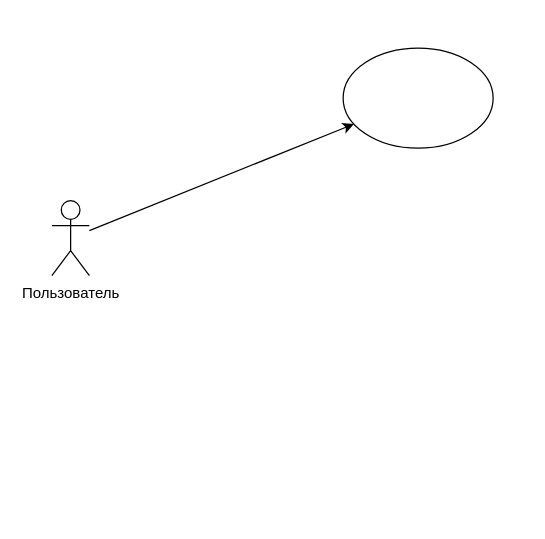
Before: page "use-case" (1 of 2) of tparty-tg-bot.drawio in careock/diagrams, a draw.io diagram. Source tidied: cells renumbered, new cells numbered last; positions are measured from the earlier drawing's top-left corner, leaving out a move shared by most shapes. Both pictures are drawn from the tidied source at 125%, with x=0, y=0 at pixel (51, 48).
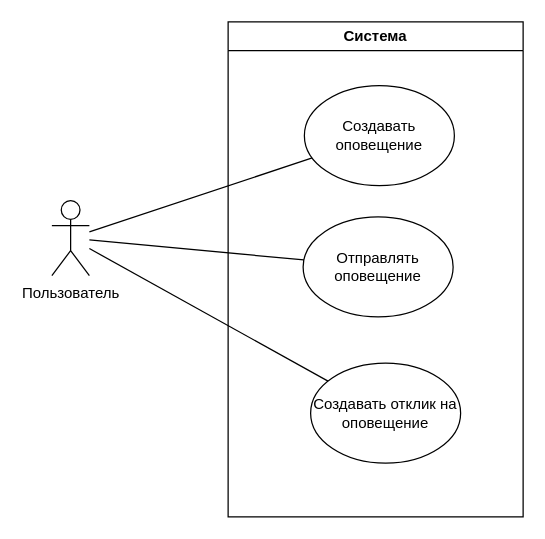
After the change.

The edit, as a diff of the source:
```diff
@@
 <mxGraphModel>
   <root>
     <mxCell id="0" />
     <mxCell id="1" parent="0" />
-    <mxCell id="2" style="rounded=0;jettySize=auto;html=1;" parent="1" edge="1" source="3" target="4">
+    <mxCell id="2" style="rounded=0;jettySize=auto;html=1;endArrow=none;endFill=0;" parent="1" edge="1" source="3" target="4">
       <mxGeometry relative="1" as="geometry" />
     </mxCell>
     <mxCell id="3" value="Пользователь" style="shape=umlActor;verticalLabelPosition=bottom;verticalAlign=top;html=1;outlineConnect=0;" parent="1" vertex="1">
       <mxGeometry y="122" width="30" height="60" as="geometry" />
     </mxCell>
+    <mxCell id="5" value="Система" style="swimlane;whiteSpace=wrap;html=1;" parent="1" vertex="1">
+      <mxGeometry x="141" y="-21" width="236" height="396" as="geometry" />
+    </mxCell>
-    <mxCell id="4" style="ellipse;whiteSpace=wrap;html=1;" parent="1" vertex="1">
-      <mxGeometry x="233" width="120" height="80" as="geometry" />
+    <mxCell id="4" value="Создавать оповещение" style="ellipse;whiteSpace=wrap;html=1;" parent="5" vertex="1">
+      <mxGeometry x="61" y="51" width="120" height="80" as="geometry" />
     </mxCell>
+    <mxCell id="6" value="Отправлять оповещение" style="ellipse;whiteSpace=wrap;html=1;" parent="5" vertex="1">
+      <mxGeometry x="60" y="156" width="120" height="80" as="geometry" />
+    </mxCell>
+    <mxCell id="7" value="Создавать отклик на оповещение" style="ellipse;whiteSpace=wrap;html=1;" parent="5" vertex="1">
+      <mxGeometry x="66" y="273" width="120" height="80" as="geometry" />
+    </mxCell>
+    <mxCell id="8" style="rounded=0;jettySize=auto;html=1;endArrow=none;endFill=0;" parent="1" edge="1" source="3" target="6">
+      <mxGeometry relative="1" as="geometry" />
+    </mxCell>
+    <mxCell id="9" style="rounded=0;jettySize=auto;html=1;endArrow=none;endFill=0;" parent="1" edge="1" source="3" target="7">
+      <mxGeometry relative="1" as="geometry" />
+    </mxCell>
   </root>
 </mxGraphModel>
```
